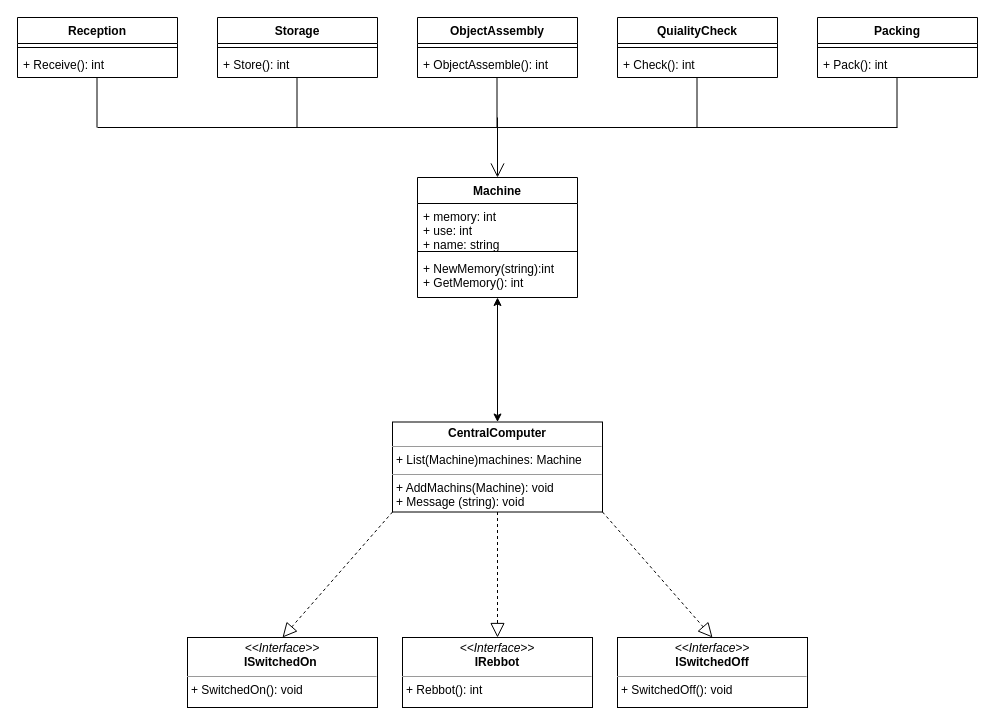
ICC3101-202010/laboratorio-04-mabinder96 keeps this draw.io diagram as page "Parte 2" (2 of 2) of Parte 2 UML.drawio. Above is the earlier version. Source tidied: cells renumbered, new cells numbered last; positions are measured from the earlier drawing's top-left corner, leaving out a move shared by most shapes. Both pictures are drawn from the tidied source at 100%, with x=0, y=0 at pixel (17, 17).
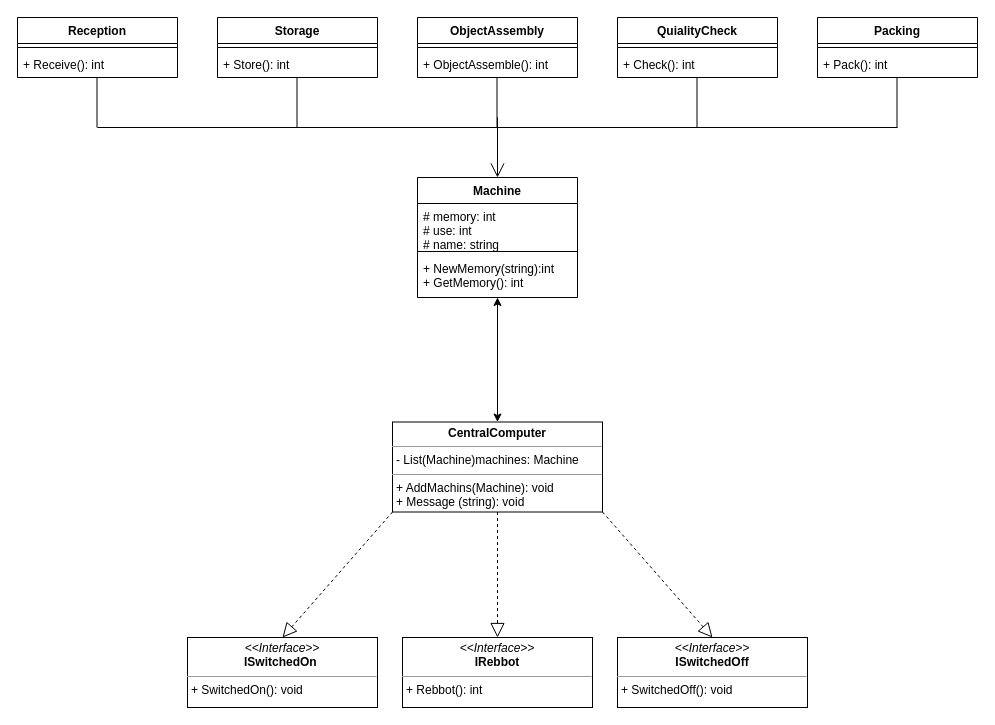
The same diagram, later.

Unchanged cells that the change refers to:
```xml
<mxCell id="21" value="Machine" style="swimlane;fontStyle=1;align=center;verticalAlign=top;horizontal=1;startSize=26;" parent="1" vertex="1">
  <mxGeometry x="400" y="160" width="160" height="120" as="geometry" />
</mxCell>
```

Change to the diagram source:
```diff
@@
-    <mxCell id="22" value="+ memory: int&#10;+ use: int&#10;+ name: string" style="text;strokeColor=none;fillColor=none;align=left;verticalAlign=top;spacingLeft=4;spacingRight=4;overflow=hidden;" parent="21" vertex="1">
+    <mxCell id="22" value="# memory: int&#10;# use: int&#10;# name: string" style="text;strokeColor=none;fillColor=none;align=left;verticalAlign=top;spacingLeft=4;spacingRight=4;overflow=hidden;" parent="21" vertex="1">
       <mxGeometry y="26" width="160" height="44" as="geometry" />
     </mxCell>
@@
-    <mxCell id="36" value="&lt;p style=&quot;margin: 0px ; margin-top: 4px ; text-align: center&quot;&gt;&lt;b&gt;CentralComputer&lt;/b&gt;&lt;/p&gt;&lt;hr size=&quot;1&quot;&gt;&lt;p style=&quot;margin: 0px ; margin-left: 4px&quot;&gt;+ List(Machine)machines: Machine&lt;br&gt;&lt;/p&gt;&lt;hr size=&quot;1&quot;&gt;&lt;p style=&quot;margin: 0px ; margin-left: 4px&quot;&gt;+ AddMachins(Machine): void&lt;br&gt;&lt;/p&gt;&lt;p style=&quot;margin: 0px ; margin-left: 4px&quot;&gt;+ Message (string): void&lt;/p&gt;" style="verticalAlign=top;align=left;overflow=fill;fontSize=12;fontFamily=Helvetica;html=1;" parent="1" vertex="1">
+    <mxCell id="36" value="&lt;p style=&quot;margin: 0px ; margin-top: 4px ; text-align: center&quot;&gt;&lt;b&gt;CentralComputer&lt;/b&gt;&lt;/p&gt;&lt;hr size=&quot;1&quot;&gt;&lt;p style=&quot;margin: 0px ; margin-left: 4px&quot;&gt;- List(Machine)machines: Machine&lt;br&gt;&lt;/p&gt;&lt;hr size=&quot;1&quot;&gt;&lt;p style=&quot;margin: 0px ; margin-left: 4px&quot;&gt;+ AddMachins(Machine): void&lt;br&gt;&lt;/p&gt;&lt;p style=&quot;margin: 0px ; margin-left: 4px&quot;&gt;+ Message (string): void&lt;/p&gt;" style="verticalAlign=top;align=left;overflow=fill;fontSize=12;fontFamily=Helvetica;html=1;" parent="1" vertex="1">
       <mxGeometry x="375" y="404.5" width="210" height="90" as="geometry" />
     </mxCell>
```
